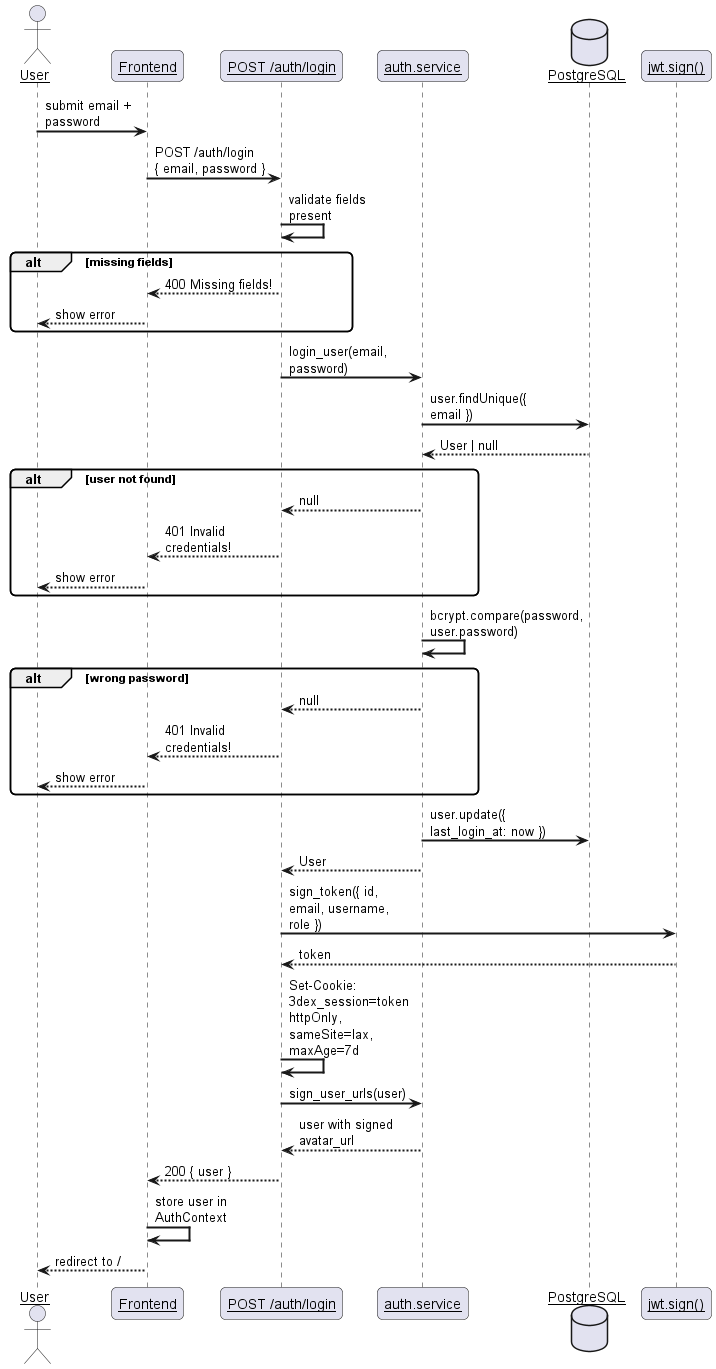
Earlier version of the PlantUML export docs/diagrams/exports/sequence/auth/sequence_local_login.png (Schryzon/3Dex).
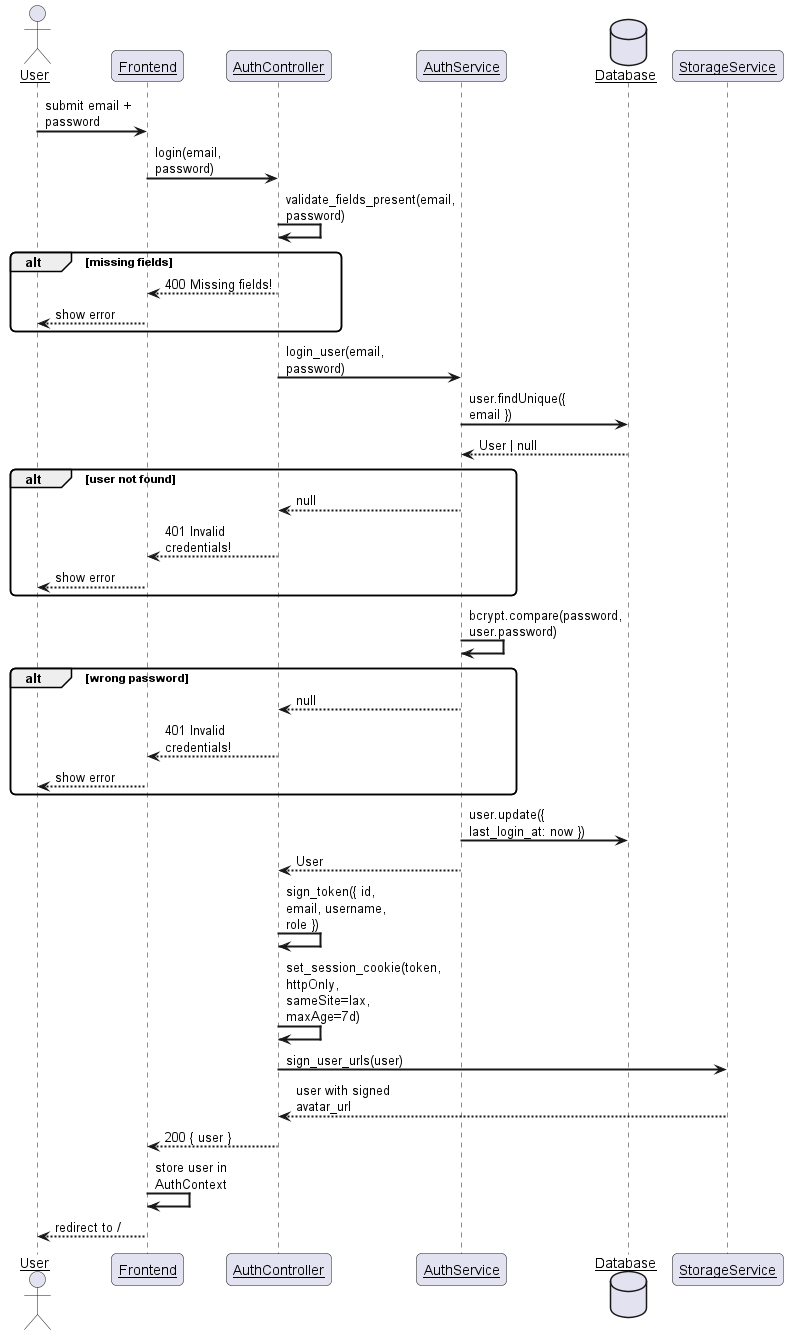
The same diagram one commit later.

Diff of the diagram source:
```diff
@@ -6,40 +6,39 @@
 
 actor "User" as U
 participant "Frontend" as FE
-participant "POST /auth/login" as API
-participant "auth.service" as AS
-database "PostgreSQL" as DB
-participant "jwt.sign()" as JWT
+participant "AuthController" as AC
+participant "AuthService" as AS
+database "Database" as DB
+participant "StorageService" as SS
 
 U -> FE : submit email + password
-FE -> API : POST /auth/login\n{ email, password }
-API -> API : validate fields present
+FE -> AC : login(email, password)
+AC -> AC : validate_fields_present(email, password)
 alt missing fields
-    API --> FE : 400 Missing fields!
+    AC --> FE : 400 Missing fields!
     FE --> U : show error
 end
-API -> AS : login_user(email, password)
+AC -> AS : login_user(email, password)
 AS -> DB : user.findUnique({ email })
 DB --> AS : User | null
 alt user not found
-    AS --> API : null
-    API --> FE : 401 Invalid credentials!
+    AS --> AC : null
+    AC --> FE : 401 Invalid credentials!
     FE --> U : show error
 end
 AS -> AS : bcrypt.compare(password, user.password)
 alt wrong password
-    AS --> API : null
-    API --> FE : 401 Invalid credentials!
+    AS --> AC : null
+    AC --> FE : 401 Invalid credentials!
     FE --> U : show error
 end
 AS -> DB : user.update({ last_login_at: now })
-AS --> API : User
-API -> JWT : sign_token({ id, email, username, role })
-JWT --> API : token
-API -> API : Set-Cookie: 3dex_session=token\nhttpOnly, sameSite=lax, maxAge=7d
-API -> AS : sign_user_urls(user)
-AS --> API : user with signed avatar_url
-API --> FE : 200 { user }
+AS --> AC : User
+AC -> AC : sign_token({ id, email, username, role })
+AC -> AC : set_session_cookie(token, httpOnly, sameSite=lax, maxAge=7d)
+AC -> SS : sign_user_urls(user)
+SS --> AC : user with signed avatar_url
+AC --> FE : 200 { user }
 FE -> FE : store user in AuthContext
 FE --> U : redirect to /
 @enduml
```
